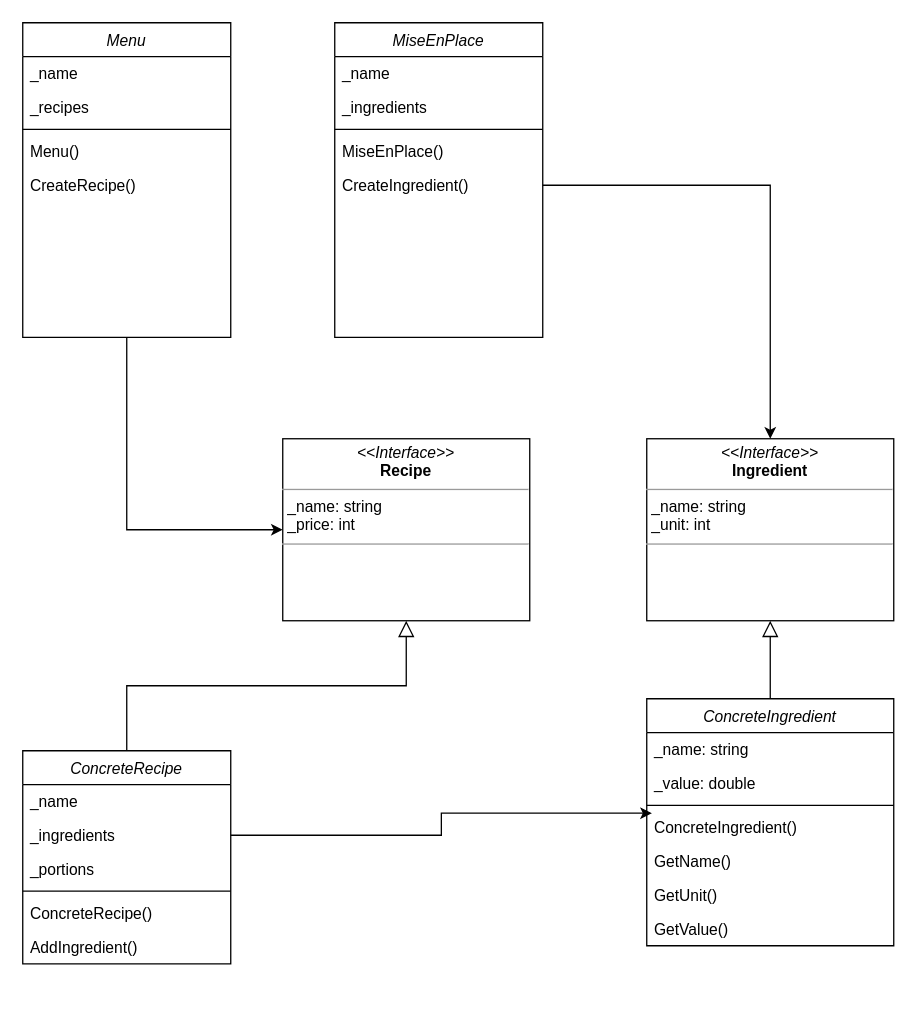
Earlier version of the draw.io diagram assets/FinalProjectRestaurant.drawio (neorgon/cse210-hw). Source tidied: cells renumbered, new cells numbered last; positions are measured from the earlier drawing's top-left corner, leaving out a move shared by most shapes. Both pictures are drawn from the tidied source at 130%, with x=0, y=0 at pixel (22, 22).
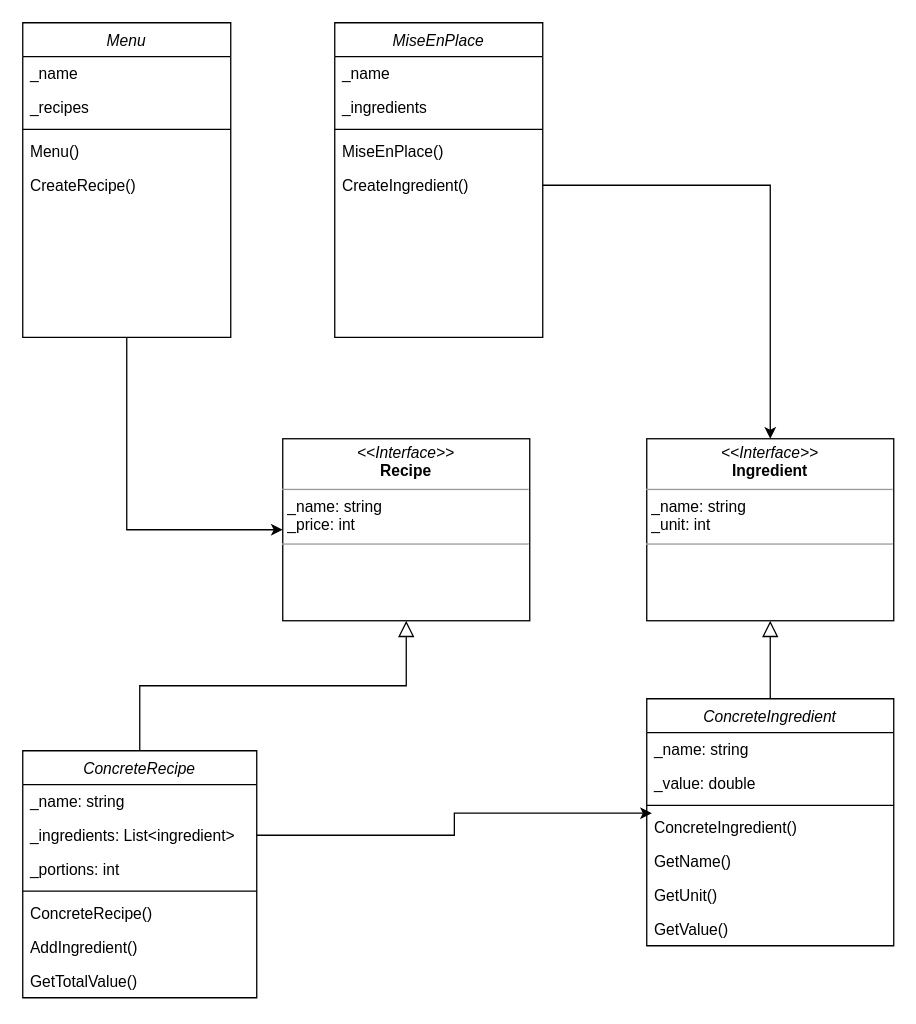
The same diagram, later.

Commit message:
Adding concrete recipe class behavior

What changed in the source:
```diff
@@
     <mxCell id="18" value="ConcreteRecipe" style="swimlane;fontStyle=2;align=center;verticalAlign=top;horizontal=1;startSize=26;rounded=0;shadow=0;strokeWidth=1;" parent="1" vertex="1">
-      <mxGeometry y="560" width="160" height="164" as="geometry" />
+      <mxGeometry y="560" width="180" height="190" as="geometry" />
     </mxCell>
-    <mxCell id="19" value="_name" style="text;align=left;verticalAlign=top;spacingLeft=4;spacingRight=4;overflow=hidden;" parent="18" vertex="1">
-      <mxGeometry y="26" width="160" height="26" as="geometry" />
+    <mxCell id="19" value="_name: string" style="text;align=left;verticalAlign=top;spacingLeft=4;spacingRight=4;overflow=hidden;" parent="18" vertex="1">
+      <mxGeometry y="26" width="180" height="26" as="geometry" />
     </mxCell>
-    <mxCell id="20" value="_ingredients" style="text;align=left;verticalAlign=top;spacingLeft=4;spacingRight=4;overflow=hidden;points=[[0,0.5],[1,0.5]];portConstraint=eastwest;" parent="18" vertex="1">
-      <mxGeometry y="52" width="160" height="26" as="geometry" />
+    <mxCell id="20" value="_ingredients: List&lt;ingredient&gt;" style="text;align=left;verticalAlign=top;spacingLeft=4;spacingRight=4;overflow=hidden;points=[[0,0.5],[1,0.5]];portConstraint=eastwest;" parent="18" vertex="1">
+      <mxGeometry y="52" width="180" height="26" as="geometry" />
     </mxCell>
-    <mxCell id="21" value="_portions" style="text;align=left;verticalAlign=top;spacingLeft=4;spacingRight=4;overflow=hidden;" parent="18" vertex="1">
-      <mxGeometry y="78" width="160" height="26" as="geometry" />
+    <mxCell id="21" value="_portions: int" style="text;align=left;verticalAlign=top;spacingLeft=4;spacingRight=4;overflow=hidden;" parent="18" vertex="1">
+      <mxGeometry y="78" width="180" height="26" as="geometry" />
     </mxCell>
     <mxCell id="22" style="line;html=1;strokeWidth=1;align=left;verticalAlign=middle;spacingTop=-1;spacingLeft=3;spacingRight=3;labelPosition=right;" parent="18" vertex="1">
-      <mxGeometry y="104" width="160" height="8" as="geometry" />
+      <mxGeometry y="104" width="180" height="8" as="geometry" />
     </mxCell>
     <mxCell id="23" value="ConcreteRecipe()" style="text;align=left;verticalAlign=top;spacingLeft=4;spacingRight=4;overflow=hidden;" parent="18" vertex="1">
-      <mxGeometry y="112" width="160" height="26" as="geometry" />
+      <mxGeometry y="112" width="180" height="26" as="geometry" />
     </mxCell>
     <mxCell id="24" value="AddIngredient()" style="text;align=left;verticalAlign=top;spacingLeft=4;spacingRight=4;overflow=hidden;" parent="18" vertex="1">
-      <mxGeometry y="138" width="160" height="26" as="geometry" />
+      <mxGeometry y="138" width="180" height="26" as="geometry" />
     </mxCell>
+    <mxCell id="36" value="GetTotalValue()" style="text;align=left;verticalAlign=top;spacingLeft=4;spacingRight=4;overflow=hidden;" parent="18" vertex="1">
+      <mxGeometry y="164" width="180" height="26" as="geometry" />
+    </mxCell>
```
